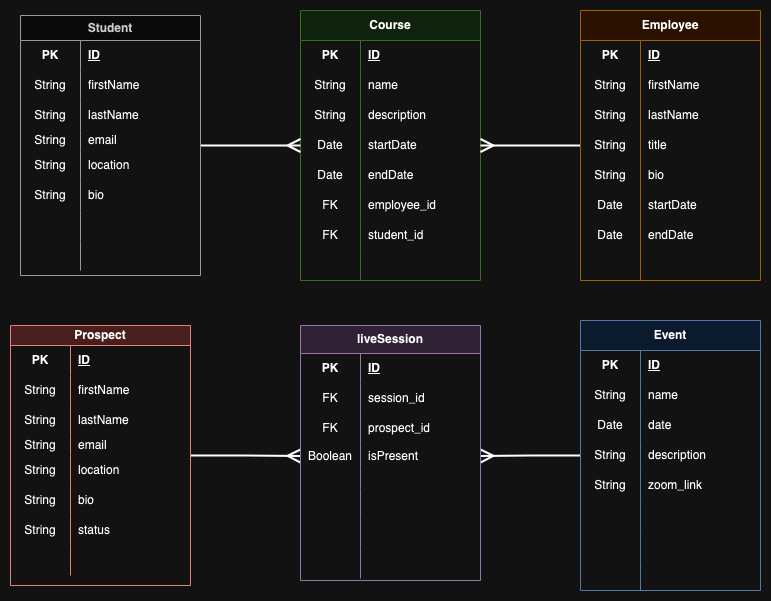
NextGen-Coders-Academy/website-1.0 keeps this draw.io diagram as assets/NextGen Website.drawio.png. Above is the earlier version. Source tidied: cells renumbered, new cells last; positions are measured from the earlier drawing's top-left corner, leaving out a move shared by most shapes.
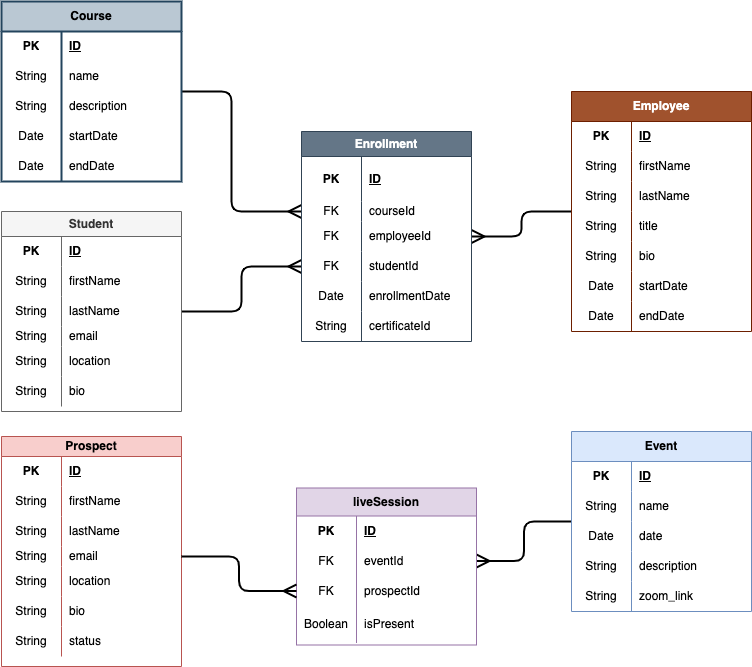
After the commit.

What changed in the source:
```diff
@@ -4,7 +4,4 @@
     <mxCell id="1" parent="0" />
-    <mxCell id="2" style="edgeStyle=orthogonalEdgeStyle;rounded=0;jettySize=auto;html=1;entryX=0;entryY=0.5;entryDx=0;entryDy=0;strokeWidth=2;endSize=10;endArrow=ERmany;endFill=0;" parent="1" edge="1" source="3" target="115">
-      <mxGeometry relative="1" as="geometry" />
-    </mxCell>
     <mxCell id="3" value="Prospect" style="shape=table;startSize=20;rowLines=0;fontStyle=1;align=center;html=1;whiteSpace=wrap;fillColor=#f8cecc;strokeColor=#b85450;" parent="1" vertex="1">
-      <mxGeometry y="315" width="180" height="260" as="geometry" />
+      <mxGeometry x="-10" y="575" width="180" height="230" as="geometry" />
     </mxCell>
@@ -73,13 +70,12 @@
     </mxCell>
-    <mxCell id="25" style="shape=tableRow;horizontal=0;startSize=0;swimlaneHead=0;swimlaneBody=0;fillColor=none;top=0;left=0;right=0;bottom=0;html=1;" parent="3" vertex="1">
-      <mxGeometry y="220" width="180" height="30" as="geometry" />
-    </mxCell>
-    <mxCell id="26" style="shape=partialRectangle;fillColor=none;top=0;left=0;bottom=0;right=0;overflow=hidden;html=1;whiteSpace=wrap;" parent="25" vertex="1">
-      <mxGeometry width="60" height="30" as="geometry" />
-    </mxCell>
-    <mxCell id="27" style="shape=partialRectangle;fillColor=none;top=0;left=0;bottom=0;right=0;align=left;spacingLeft=6;overflow=hidden;html=1;whiteSpace=wrap;" parent="25" vertex="1">
-      <mxGeometry x="60" width="120" height="30" as="geometry" />
-    </mxCell>
+    <mxCell id="156" style="edgeStyle=orthogonalEdgeStyle;html=1;entryX=0;entryY=0.5;entryDx=0;entryDy=0;endArrow=ERmany;endFill=0;endSize=10;startSize=10;strokeWidth=2;" parent="1" edge="1" source="28" target="164">
+      <mxGeometry relative="1" as="geometry">
+        <Array as="points">
+          <mxPoint x="220" y="230" />
+          <mxPoint x="220" y="350" />
+        </Array>
+      </mxGeometry>
+    </mxCell>
-    <mxCell id="28" value="Course" style="shape=table;startSize=30;rowLines=0;fontStyle=1;align=center;html=1;whiteSpace=wrap;fillColor=#d5e8d4;strokeColor=#82b366;" parent="1" vertex="1">
-      <mxGeometry x="290" width="180" height="270" as="geometry" />
+    <mxCell id="28" value="Course" style="shape=table;startSize=30;rowLines=0;fontStyle=1;align=center;html=1;whiteSpace=wrap;fillColor=#bac8d3;strokeColor=#23445d;strokeWidth=2;" parent="1" vertex="1">
+      <mxGeometry x="-10" y="140" width="180" height="180" as="geometry" />
     </mxCell>
@@ -130,34 +126,7 @@
     </mxCell>
-    <mxCell id="44" style="shape=tableRow;horizontal=0;startSize=0;swimlaneHead=0;swimlaneBody=0;fillColor=none;top=0;left=0;right=0;bottom=0;html=1;" parent="28" vertex="1">
-      <mxGeometry y="180" width="180" height="30" as="geometry" />
-    </mxCell>
-    <mxCell id="45" value="FK" style="shape=partialRectangle;fillColor=none;top=0;left=0;bottom=0;right=0;overflow=hidden;html=1;whiteSpace=wrap;" parent="44" vertex="1">
-      <mxGeometry width="60" height="30" as="geometry" />
-    </mxCell>
-    <mxCell id="46" value="employee_id" style="shape=partialRectangle;fillColor=none;top=0;left=0;bottom=0;right=0;align=left;spacingLeft=6;overflow=hidden;html=1;whiteSpace=wrap;" parent="44" vertex="1">
-      <mxGeometry x="60" width="120" height="30" as="geometry" />
-    </mxCell>
-    <mxCell id="47" style="shape=tableRow;horizontal=0;startSize=0;swimlaneHead=0;swimlaneBody=0;fillColor=none;top=0;left=0;right=0;bottom=0;html=1;" parent="28" vertex="1">
-      <mxGeometry y="210" width="180" height="30" as="geometry" />
-    </mxCell>
-    <mxCell id="48" value="FK" style="shape=partialRectangle;fillColor=none;top=0;left=0;bottom=0;right=0;overflow=hidden;html=1;whiteSpace=wrap;" parent="47" vertex="1">
-      <mxGeometry width="60" height="30" as="geometry" />
-    </mxCell>
-    <mxCell id="49" value="student_id" style="shape=partialRectangle;fillColor=none;top=0;left=0;bottom=0;right=0;align=left;spacingLeft=6;overflow=hidden;html=1;whiteSpace=wrap;" parent="47" vertex="1">
-      <mxGeometry x="60" width="120" height="30" as="geometry" />
-    </mxCell>
-    <mxCell id="50" style="shape=tableRow;horizontal=0;startSize=0;swimlaneHead=0;swimlaneBody=0;fillColor=none;top=0;left=0;right=0;bottom=0;html=1;" parent="28" vertex="1">
-      <mxGeometry y="240" width="180" height="30" as="geometry" />
-    </mxCell>
-    <mxCell id="51" style="shape=partialRectangle;fillColor=none;top=0;left=0;bottom=0;right=0;overflow=hidden;html=1;whiteSpace=wrap;" parent="50" vertex="1">
-      <mxGeometry width="60" height="30" as="geometry" />
-    </mxCell>
-    <mxCell id="52" style="shape=partialRectangle;fillColor=none;top=0;left=0;bottom=0;right=0;align=left;spacingLeft=6;overflow=hidden;html=1;whiteSpace=wrap;" parent="50" vertex="1">
-      <mxGeometry x="60" width="120" height="30" as="geometry" />
-    </mxCell>
-    <mxCell id="53" style="edgeStyle=orthogonalEdgeStyle;rounded=0;jettySize=auto;html=1;entryX=1;entryY=0.5;entryDx=0;entryDy=0;endArrow=ERmany;endFill=0;strokeWidth=2;jumpSize=6;endSize=10;" parent="1" edge="1" source="54" target="38">
-      <mxGeometry relative="1" as="geometry" />
-    </mxCell>
+    <mxCell id="157" style="edgeStyle=orthogonalEdgeStyle;html=1;entryX=1;entryY=0.5;entryDx=0;entryDy=0;endArrow=ERmany;endFill=0;strokeWidth=2;endSize=10;startSize=10;" parent="1" edge="1" source="54" target="167">
+      <mxGeometry relative="1" as="geometry" />
+    </mxCell>
-    <mxCell id="54" value="Employee" style="shape=table;startSize=30;rowLines=0;fontStyle=1;align=center;html=1;whiteSpace=wrap;fillColor=#ffe6cc;strokeColor=#d79b00;" parent="1" vertex="1">
-      <mxGeometry x="570" width="180" height="270" as="geometry" />
+    <mxCell id="54" value="Employee" style="shape=table;startSize=30;rowLines=0;fontStyle=1;align=center;html=1;whiteSpace=wrap;fillColor=#a0522d;strokeColor=#6D1F00;fontColor=#ffffff;" parent="1" vertex="1">
+      <mxGeometry x="560" y="230" width="180" height="240" as="geometry" />
     </mxCell>
@@ -226,16 +195,7 @@
     </mxCell>
-    <mxCell id="76" style="shape=tableRow;horizontal=0;startSize=0;swimlaneHead=0;swimlaneBody=0;fillColor=none;top=0;left=0;right=0;bottom=0;html=1;" parent="54" vertex="1">
-      <mxGeometry y="240" width="180" height="30" as="geometry" />
-    </mxCell>
-    <mxCell id="77" style="shape=partialRectangle;fillColor=none;top=0;left=0;bottom=0;right=0;overflow=hidden;html=1;whiteSpace=wrap;" parent="76" vertex="1">
-      <mxGeometry width="60" height="30" as="geometry" />
-    </mxCell>
-    <mxCell id="78" style="shape=partialRectangle;fillColor=none;top=0;left=0;bottom=0;right=0;align=left;spacingLeft=6;overflow=hidden;html=1;whiteSpace=wrap;" parent="76" vertex="1">
-      <mxGeometry x="60" width="120" height="30" as="geometry" />
-    </mxCell>
-    <mxCell id="79" style="edgeStyle=orthogonalEdgeStyle;rounded=0;jettySize=auto;html=1;entryX=1;entryY=0.5;entryDx=0;entryDy=0;endArrow=ERmany;endFill=0;strokeWidth=2;endSize=10;" parent="1" edge="1" source="80" target="115">
-      <mxGeometry relative="1" as="geometry" />
-    </mxCell>
+    <mxCell id="158" style="edgeStyle=orthogonalEdgeStyle;html=1;entryX=1;entryY=0.5;entryDx=0;entryDy=0;endArrow=ERmany;endFill=0;strokeWidth=2;endSize=10;startSize=10;" parent="1" edge="1" source="80" target="109">
+      <mxGeometry relative="1" as="geometry" />
+    </mxCell>
     <mxCell id="80" value="Event" style="shape=table;startSize=30;rowLines=0;fontStyle=1;align=center;html=1;whiteSpace=wrap;fillColor=#dae8fc;strokeColor=#6c8ebf;" parent="1" vertex="1">
-      <mxGeometry x="570" y="310" width="180" height="270" as="geometry" />
+      <mxGeometry x="560" y="570" width="180" height="180" as="geometry" />
     </mxCell>
@@ -286,31 +246,4 @@
     </mxCell>
-    <mxCell id="96" style="shape=tableRow;horizontal=0;startSize=0;swimlaneHead=0;swimlaneBody=0;fillColor=none;top=0;left=0;right=0;bottom=0;html=1;" parent="80" vertex="1">
-      <mxGeometry y="180" width="180" height="30" as="geometry" />
-    </mxCell>
-    <mxCell id="97" style="shape=partialRectangle;fillColor=none;top=0;left=0;bottom=0;right=0;overflow=hidden;html=1;whiteSpace=wrap;" parent="96" vertex="1">
-      <mxGeometry width="60" height="30" as="geometry" />
-    </mxCell>
-    <mxCell id="98" style="shape=partialRectangle;fillColor=none;top=0;left=0;bottom=0;right=0;align=left;spacingLeft=6;overflow=hidden;html=1;whiteSpace=wrap;" parent="96" vertex="1">
-      <mxGeometry x="60" width="120" height="30" as="geometry" />
-    </mxCell>
-    <mxCell id="99" style="shape=tableRow;horizontal=0;startSize=0;swimlaneHead=0;swimlaneBody=0;fillColor=none;top=0;left=0;right=0;bottom=0;html=1;" parent="80" vertex="1">
-      <mxGeometry y="210" width="180" height="30" as="geometry" />
-    </mxCell>
-    <mxCell id="100" style="shape=partialRectangle;fillColor=none;top=0;left=0;bottom=0;right=0;overflow=hidden;html=1;whiteSpace=wrap;" parent="99" vertex="1">
-      <mxGeometry width="60" height="30" as="geometry" />
-    </mxCell>
-    <mxCell id="101" style="shape=partialRectangle;fillColor=none;top=0;left=0;bottom=0;right=0;align=left;spacingLeft=6;overflow=hidden;html=1;whiteSpace=wrap;" parent="99" vertex="1">
-      <mxGeometry x="60" width="120" height="30" as="geometry" />
-    </mxCell>
-    <mxCell id="102" style="shape=tableRow;horizontal=0;startSize=0;swimlaneHead=0;swimlaneBody=0;fillColor=none;top=0;left=0;right=0;bottom=0;html=1;" parent="80" vertex="1">
-      <mxGeometry y="240" width="180" height="30" as="geometry" />
-    </mxCell>
-    <mxCell id="103" style="shape=partialRectangle;fillColor=none;top=0;left=0;bottom=0;right=0;overflow=hidden;html=1;whiteSpace=wrap;" parent="102" vertex="1">
-      <mxGeometry width="60" height="30" as="geometry" />
-    </mxCell>
-    <mxCell id="104" style="shape=partialRectangle;fillColor=none;top=0;left=0;bottom=0;right=0;align=left;spacingLeft=6;overflow=hidden;html=1;whiteSpace=wrap;" parent="102" vertex="1">
-      <mxGeometry x="60" width="120" height="30" as="geometry" />
-    </mxCell>
     <mxCell id="105" value="liveSession" style="shape=table;startSize=28;rowLines=0;fontStyle=1;align=center;html=1;whiteSpace=wrap;fillColor=#e1d5e7;strokeColor=#9673a6;" parent="1" vertex="1">
-      <mxGeometry x="290" y="315" width="180" height="255" as="geometry" />
+      <mxGeometry x="285" y="626.5" width="180" height="157" as="geometry" />
     </mxCell>
@@ -331,3 +264,3 @@
     </mxCell>
-    <mxCell id="111" value="session_id" style="shape=partialRectangle;fillColor=none;top=0;left=0;bottom=0;right=0;align=left;spacingLeft=6;overflow=hidden;html=1;whiteSpace=wrap;" parent="109" vertex="1">
+    <mxCell id="111" value="eventId" style="shape=partialRectangle;fillColor=none;top=0;left=0;bottom=0;right=0;align=left;spacingLeft=6;overflow=hidden;html=1;whiteSpace=wrap;" parent="109" vertex="1">
       <mxGeometry x="60" width="120" height="30" as="geometry" />
@@ -340,3 +273,3 @@
     </mxCell>
-    <mxCell id="114" value="prospect_id" style="shape=partialRectangle;fillColor=none;top=0;left=0;bottom=0;right=0;align=left;spacingLeft=6;overflow=hidden;html=1;whiteSpace=wrap;" parent="112" vertex="1">
+    <mxCell id="114" value="prospectId" style="shape=partialRectangle;fillColor=none;top=0;left=0;bottom=0;right=0;align=left;spacingLeft=6;overflow=hidden;html=1;whiteSpace=wrap;" parent="112" vertex="1">
       <mxGeometry x="60" width="120" height="30" as="geometry" />
@@ -344,51 +277,15 @@
     <mxCell id="115" style="shape=tableRow;horizontal=0;startSize=0;swimlaneHead=0;swimlaneBody=0;fillColor=none;points=[[0,0.5],[1,0.5]];portConstraint=eastwest;top=0;left=0;right=0;bottom=0;html=1;" parent="105" vertex="1">
-      <mxGeometry y="118" width="180" height="25" as="geometry" />
+      <mxGeometry y="118" width="180" height="37" as="geometry" />
     </mxCell>
     <mxCell id="116" value="Boolean" style="shape=partialRectangle;fillColor=none;top=0;left=0;bottom=0;right=0;overflow=hidden;html=1;whiteSpace=wrap;" parent="115" vertex="1">
-      <mxGeometry width="60" height="25" as="geometry" />
+      <mxGeometry width="60" height="37" as="geometry" />
     </mxCell>
     <mxCell id="117" value="isPresent" style="shape=partialRectangle;fillColor=none;top=0;left=0;bottom=0;right=0;align=left;spacingLeft=6;overflow=hidden;html=1;whiteSpace=wrap;" parent="115" vertex="1">
-      <mxGeometry x="60" width="120" height="25" as="geometry" />
+      <mxGeometry x="60" width="120" height="37" as="geometry" />
     </mxCell>
-    <mxCell id="118" style="shape=tableRow;horizontal=0;startSize=0;swimlaneHead=0;swimlaneBody=0;fillColor=none;top=0;left=0;right=0;bottom=0;html=1;" parent="105" vertex="1">
-      <mxGeometry y="143" width="180" height="20" as="geometry" />
-    </mxCell>
-    <mxCell id="119" style="shape=partialRectangle;fillColor=none;top=0;left=0;bottom=0;right=0;overflow=hidden;html=1;whiteSpace=wrap;" parent="118" vertex="1">
-      <mxGeometry width="60" height="20" as="geometry" />
-    </mxCell>
-    <mxCell id="120" style="shape=partialRectangle;fillColor=none;top=0;left=0;bottom=0;right=0;align=left;spacingLeft=6;overflow=hidden;html=1;whiteSpace=wrap;" parent="118" vertex="1">
-      <mxGeometry x="60" width="120" height="20" as="geometry" />
-    </mxCell>
-    <mxCell id="121" style="shape=tableRow;horizontal=0;startSize=0;swimlaneHead=0;swimlaneBody=0;fillColor=none;top=0;left=0;right=0;bottom=0;html=1;" parent="105" vertex="1">
-      <mxGeometry y="163" width="180" height="30" as="geometry" />
-    </mxCell>
-    <mxCell id="122" style="shape=partialRectangle;fillColor=none;top=0;left=0;bottom=0;right=0;overflow=hidden;html=1;whiteSpace=wrap;" parent="121" vertex="1">
-      <mxGeometry width="60" height="30" as="geometry" />
-    </mxCell>
-    <mxCell id="123" style="shape=partialRectangle;fillColor=none;top=0;left=0;bottom=0;right=0;align=left;spacingLeft=6;overflow=hidden;html=1;whiteSpace=wrap;" parent="121" vertex="1">
-      <mxGeometry x="60" width="120" height="30" as="geometry" />
-    </mxCell>
-    <mxCell id="124" style="shape=tableRow;horizontal=0;startSize=0;swimlaneHead=0;swimlaneBody=0;fillColor=none;top=0;left=0;right=0;bottom=0;html=1;" parent="105" vertex="1">
-      <mxGeometry y="193" width="180" height="30" as="geometry" />
-    </mxCell>
-    <mxCell id="125" style="shape=partialRectangle;fillColor=none;top=0;left=0;bottom=0;right=0;overflow=hidden;html=1;whiteSpace=wrap;" parent="124" vertex="1">
-      <mxGeometry width="60" height="30" as="geometry" />
-    </mxCell>
-    <mxCell id="126" style="shape=partialRectangle;fillColor=none;top=0;left=0;bottom=0;right=0;align=left;spacingLeft=6;overflow=hidden;html=1;whiteSpace=wrap;" parent="124" vertex="1">
-      <mxGeometry x="60" width="120" height="30" as="geometry" />
-    </mxCell>
-    <mxCell id="127" style="shape=tableRow;horizontal=0;startSize=0;swimlaneHead=0;swimlaneBody=0;fillColor=none;top=0;left=0;right=0;bottom=0;html=1;" parent="105" vertex="1">
-      <mxGeometry y="223" width="180" height="30" as="geometry" />
-    </mxCell>
-    <mxCell id="128" style="shape=partialRectangle;fillColor=none;top=0;left=0;bottom=0;right=0;overflow=hidden;html=1;whiteSpace=wrap;" parent="127" vertex="1">
-      <mxGeometry width="60" height="30" as="geometry" />
-    </mxCell>
-    <mxCell id="129" style="shape=partialRectangle;fillColor=none;top=0;left=0;bottom=0;right=0;align=left;spacingLeft=6;overflow=hidden;html=1;whiteSpace=wrap;" parent="127" vertex="1">
-      <mxGeometry x="60" width="120" height="30" as="geometry" />
-    </mxCell>
-    <mxCell id="130" style="edgeStyle=orthogonalEdgeStyle;rounded=0;jettySize=auto;html=1;entryX=0;entryY=0.5;entryDx=0;entryDy=0;endSize=10;endArrow=ERmany;endFill=0;strokeWidth=2;" parent="1" edge="1" source="131" target="38">
-      <mxGeometry relative="1" as="geometry" />
-    </mxCell>
+    <mxCell id="159" style="edgeStyle=orthogonalEdgeStyle;html=1;entryX=0;entryY=0.5;entryDx=0;entryDy=0;endArrow=ERmany;endFill=0;strokeWidth=2;endSize=10;startSize=10;" parent="1" edge="1" source="131" target="170">
+      <mxGeometry relative="1" as="geometry" />
+    </mxCell>
     <mxCell id="131" value="Student" style="shape=table;startSize=25;rowLines=0;fontStyle=1;align=center;html=1;whiteSpace=wrap;fillColor=#f5f5f5;strokeColor=#666666;fontColor=#333333;" parent="1" vertex="1">
-      <mxGeometry x="10" y="5" width="180" height="260" as="geometry" />
+      <mxGeometry x="-10" y="350" width="180" height="200" as="geometry" />
     </mxCell>
@@ -448,20 +345,62 @@
     </mxCell>
-    <mxCell id="150" style="shape=tableRow;horizontal=0;startSize=0;swimlaneHead=0;swimlaneBody=0;fillColor=none;top=0;left=0;right=0;bottom=0;html=1;" parent="131" vertex="1">
-      <mxGeometry y="195" width="180" height="30" as="geometry" />
-    </mxCell>
-    <mxCell id="151" style="shape=partialRectangle;fillColor=none;top=0;left=0;bottom=0;right=0;overflow=hidden;html=1;whiteSpace=wrap;" parent="150" vertex="1">
-      <mxGeometry width="60" height="30" as="geometry" />
-    </mxCell>
-    <mxCell id="152" style="shape=partialRectangle;fillColor=none;top=0;left=0;bottom=0;right=0;align=left;spacingLeft=6;overflow=hidden;html=1;whiteSpace=wrap;" parent="150" vertex="1">
-      <mxGeometry x="60" width="120" height="30" as="geometry" />
-    </mxCell>
-    <mxCell id="153" style="shape=tableRow;horizontal=0;startSize=0;swimlaneHead=0;swimlaneBody=0;fillColor=none;top=0;left=0;right=0;bottom=0;html=1;" parent="131" vertex="1">
-      <mxGeometry y="225" width="180" height="30" as="geometry" />
-    </mxCell>
-    <mxCell id="154" style="shape=partialRectangle;fillColor=none;top=0;left=0;bottom=0;right=0;overflow=hidden;html=1;whiteSpace=wrap;" parent="153" vertex="1">
-      <mxGeometry width="60" height="30" as="geometry" />
-    </mxCell>
-    <mxCell id="155" style="shape=partialRectangle;fillColor=none;top=0;left=0;bottom=0;right=0;align=left;spacingLeft=6;overflow=hidden;html=1;whiteSpace=wrap;" parent="153" vertex="1">
-      <mxGeometry x="60" width="120" height="30" as="geometry" />
-    </mxCell>
+    <mxCell id="160" value="Enrollment" style="shape=table;startSize=25;rowLines=0;fontStyle=1;align=center;html=1;whiteSpace=wrap;fillColor=#647687;strokeColor=#314354;fontColor=#ffffff;" parent="1" vertex="1">
+      <mxGeometry x="290" y="270" width="170" height="210" as="geometry" />
+    </mxCell>
+    <mxCell id="161" style="shape=tableRow;horizontal=0;startSize=0;swimlaneHead=0;swimlaneBody=0;fillColor=none;top=0;left=0;right=0;bottom=0;html=1;" parent="160" vertex="1">
+      <mxGeometry y="25" width="170" height="45" as="geometry" />
+    </mxCell>
+    <mxCell id="162" value="PK" style="shape=partialRectangle;fillColor=none;top=0;left=0;bottom=0;right=0;fontStyle=1;overflow=hidden;html=1;whiteSpace=wrap;" parent="161" vertex="1">
+      <mxGeometry width="60" height="45" as="geometry" />
+    </mxCell>
+    <mxCell id="163" value="ID" style="shape=partialRectangle;fillColor=none;top=0;left=0;bottom=0;right=0;align=left;spacingLeft=6;fontStyle=5;overflow=hidden;html=1;whiteSpace=wrap;" parent="161" vertex="1">
+      <mxGeometry x="60" width="110" height="45" as="geometry" />
+    </mxCell>
+    <mxCell id="164" style="shape=tableRow;horizontal=0;startSize=0;swimlaneHead=0;swimlaneBody=0;fillColor=none;points=[[0,0.5],[1,0.5]];portConstraint=eastwest;top=0;left=0;right=0;bottom=0;html=1;" parent="160" vertex="1">
+      <mxGeometry y="70" width="170" height="20" as="geometry" />
+    </mxCell>
+    <mxCell id="165" value="FK" style="shape=partialRectangle;fillColor=none;top=0;left=0;bottom=0;right=0;overflow=hidden;html=1;whiteSpace=wrap;" parent="164" vertex="1">
+      <mxGeometry width="60" height="20" as="geometry" />
+    </mxCell>
+    <mxCell id="166" value="courseId" style="shape=partialRectangle;fillColor=none;top=0;left=0;bottom=0;right=0;align=left;spacingLeft=6;overflow=hidden;html=1;whiteSpace=wrap;" parent="164" vertex="1">
+      <mxGeometry x="60" width="110" height="20" as="geometry" />
+    </mxCell>
+    <mxCell id="167" style="shape=tableRow;horizontal=0;startSize=0;swimlaneHead=0;swimlaneBody=0;fillColor=none;points=[[0,0.5],[1,0.5]];portConstraint=eastwest;top=0;left=0;right=0;bottom=0;html=1;" parent="160" vertex="1">
+      <mxGeometry y="90" width="170" height="30" as="geometry" />
+    </mxCell>
+    <mxCell id="168" value="FK" style="shape=partialRectangle;fillColor=none;top=0;left=0;bottom=0;right=0;overflow=hidden;html=1;whiteSpace=wrap;" parent="167" vertex="1">
+      <mxGeometry width="60" height="30" as="geometry" />
+    </mxCell>
+    <mxCell id="169" value="employeeId" style="shape=partialRectangle;fillColor=none;top=0;left=0;bottom=0;right=0;align=left;spacingLeft=6;overflow=hidden;html=1;whiteSpace=wrap;" parent="167" vertex="1">
+      <mxGeometry x="60" width="110" height="30" as="geometry" />
+    </mxCell>
+    <mxCell id="170" style="shape=tableRow;horizontal=0;startSize=0;swimlaneHead=0;swimlaneBody=0;fillColor=none;points=[[0,0.5],[1,0.5]];portConstraint=eastwest;top=0;left=0;right=0;bottom=0;html=1;" parent="160" vertex="1">
+      <mxGeometry y="120" width="170" height="30" as="geometry" />
+    </mxCell>
+    <mxCell id="171" value="FK" style="shape=partialRectangle;fillColor=none;top=0;left=0;bottom=0;right=0;overflow=hidden;html=1;whiteSpace=wrap;" parent="170" vertex="1">
+      <mxGeometry width="60" height="30" as="geometry" />
+    </mxCell>
+    <mxCell id="172" value="studentId" style="shape=partialRectangle;fillColor=none;top=0;left=0;bottom=0;right=0;align=left;spacingLeft=6;overflow=hidden;html=1;whiteSpace=wrap;" parent="170" vertex="1">
+      <mxGeometry x="60" width="110" height="30" as="geometry" />
+    </mxCell>
+    <mxCell id="173" style="shape=tableRow;horizontal=0;startSize=0;swimlaneHead=0;swimlaneBody=0;fillColor=none;top=0;left=0;right=0;bottom=0;html=1;" parent="160" vertex="1">
+      <mxGeometry y="150" width="170" height="30" as="geometry" />
+    </mxCell>
+    <mxCell id="174" value="Date" style="shape=partialRectangle;fillColor=none;top=0;left=0;bottom=0;right=0;overflow=hidden;html=1;whiteSpace=wrap;" parent="173" vertex="1">
+      <mxGeometry width="60" height="30" as="geometry" />
+    </mxCell>
+    <mxCell id="175" value="enrollmentDate" style="shape=partialRectangle;fillColor=none;top=0;left=0;bottom=0;right=0;align=left;spacingLeft=6;overflow=hidden;html=1;whiteSpace=wrap;" parent="173" vertex="1">
+      <mxGeometry x="60" width="110" height="30" as="geometry" />
+    </mxCell>
+    <mxCell id="176" style="shape=tableRow;horizontal=0;startSize=0;swimlaneHead=0;swimlaneBody=0;fillColor=none;top=0;left=0;right=0;bottom=0;html=1;" parent="160" vertex="1">
+      <mxGeometry y="180" width="170" height="30" as="geometry" />
+    </mxCell>
+    <mxCell id="177" value="String" style="shape=partialRectangle;fillColor=none;top=0;left=0;bottom=0;right=0;overflow=hidden;html=1;whiteSpace=wrap;" parent="176" vertex="1">
+      <mxGeometry width="60" height="30" as="geometry" />
+    </mxCell>
+    <mxCell id="178" value="certificateId" style="shape=partialRectangle;fillColor=none;top=0;left=0;bottom=0;right=0;align=left;spacingLeft=6;overflow=hidden;html=1;whiteSpace=wrap;" parent="176" vertex="1">
+      <mxGeometry x="60" width="110" height="30" as="geometry" />
+    </mxCell>
+    <mxCell id="179" style="edgeStyle=orthogonalEdgeStyle;html=1;entryX=0;entryY=0.5;entryDx=0;entryDy=0;endArrow=ERmany;endFill=0;exitX=1;exitY=0.5;exitDx=0;exitDy=0;endSize=10;startSize=10;strokeWidth=2;" parent="1" edge="1" source="13" target="112">
+      <mxGeometry relative="1" as="geometry" />
+    </mxCell>
   </root>
```
